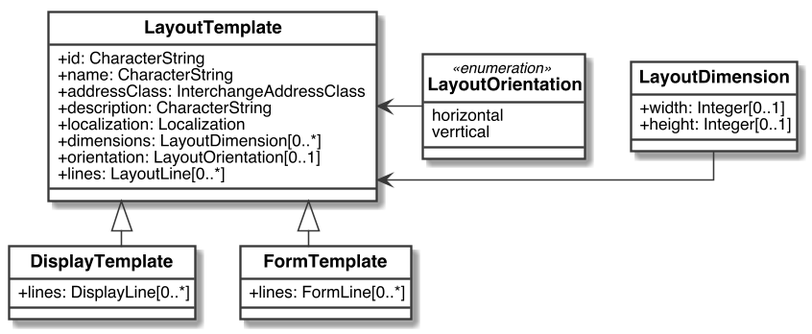
Above: images/LayoutTemplate.png in CalConnect/csd-digital-addresses (PlantUML), before the change.
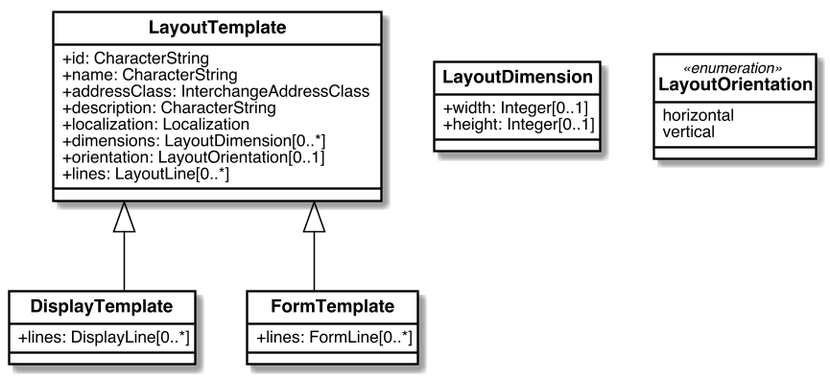
The same diagram one commit later.

Change to the diagram source:
```diff
@@ -1,73 +1,77 @@
-@startuml LayoutTemplate
+@startuml
 
-skinparam classAttributeIconSize 0
+
 skinparam Dpi 150
-skinparam Monochrome true
+skinparam Monochrome false
 skinparam LineType ortho
-skinparam nodesep 30
-skinparam ranksep 30
 hide circle
 skinparam Default {
-TextAlignment center
-FontName Helvetica
+  TextAlignment center
+  FontName Helvetica
 }
 skinparam Class {
-AttributeIconSize 0
-BackgroundColor White
-FontStyle bold
-StereotypeFontSize 10
+  AttributeIconSize 0
+  BackgroundColor White
+  ArrowColor Black
+  BorderColor Black
+  FontStyle bold
+  StereotypeFontSize 10
 }
 skinparam Rectangle {
-BackgroundColor White
-FontStyle bold
-FontSize 11
-StereotypeFontSize 10
+  BackgroundColor White
+  ArrowColor Black
+  BorderColor Black
+  FontStyle bold
+  FontSize 11
+  StereotypeFontSize 10
 }
 skinparam Object {
-BackgroundColor White
-FontStyle bold
-FontSize 11
-StereotypeFontSize 10
+  BackgroundColor White
+  ArrowColor Black
+  BorderColor Black
+  FontStyle bold
+  FontSize 11
+  StereotypeFontSize 10
 }
 
 skinparam Entity {
-StereotypeFontSize 10
+  StereotypeFontSize 10
 }
 
+
+
 class LayoutTemplate{
-    +id: CharacterString
-    +name: CharacterString
-    +addressClass: InterchangeAddressClass
-    +description: CharacterString
-    +localization: Localization
-    +dimensions: LayoutDimension[0..*]
-    +orientation: LayoutOrientation[0..1]
-    +lines: LayoutLine[0..*]
+  +id: CharacterString
+  +name: CharacterString
+  +addressClass: InterchangeAddressClass
+  +description: CharacterString
+  +localization: Localization
+  +dimensions: LayoutDimension[0..*]
+  +orientation: LayoutOrientation[0..1]
+  +lines: LayoutLine[0..*]
 }
 
 class DisplayTemplate{
-    +lines: DisplayLine[0..*]
+  +lines: DisplayLine[0..*]
 }
 
 class FormTemplate{
-    +lines: FormLine[0..*]
+  +lines: FormLine[0..*]
 }
 
 class LayoutDimension{
-    +width: Integer[0..1]
-    +height: Integer[0..1]
+  +width: Integer[0..1]
+  +height: Integer[0..1]
 }
 
 enum LayoutOrientation <<enumeration>>{
-    horizontal
-    verrtical
+  horizontal
+  vertical
 }
 
 
 
 LayoutTemplate <|-- DisplayTemplate
 LayoutTemplate <|-- FormTemplate
-LayoutTemplate <-left- LayoutDimension
-LayoutTemplate <-left- LayoutOrientation
 
 @enduml
```
